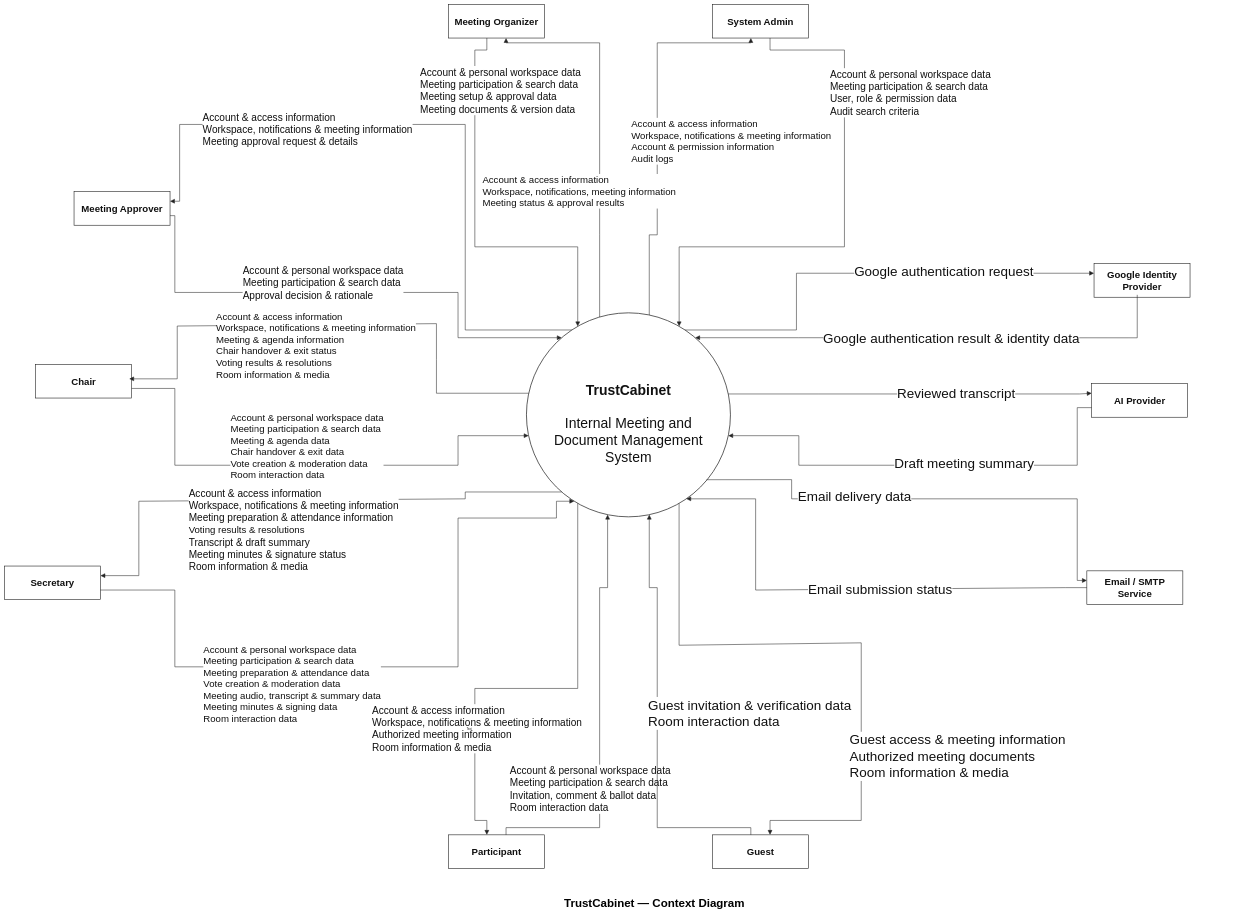
Earlier version of the draw.io diagram docs/11-contextdiagram/trustcabinet-context.drawio (callmehai/FU-FA26-G116). Source tidied: cells renumbered, new cells numbered last; positions are measured from the earlier drawing's top-left corner, leaving out a move shared by most shapes. Both pictures are drawn from the tidied source at 24%, with x=0, y=0 at pixel (4, 4).
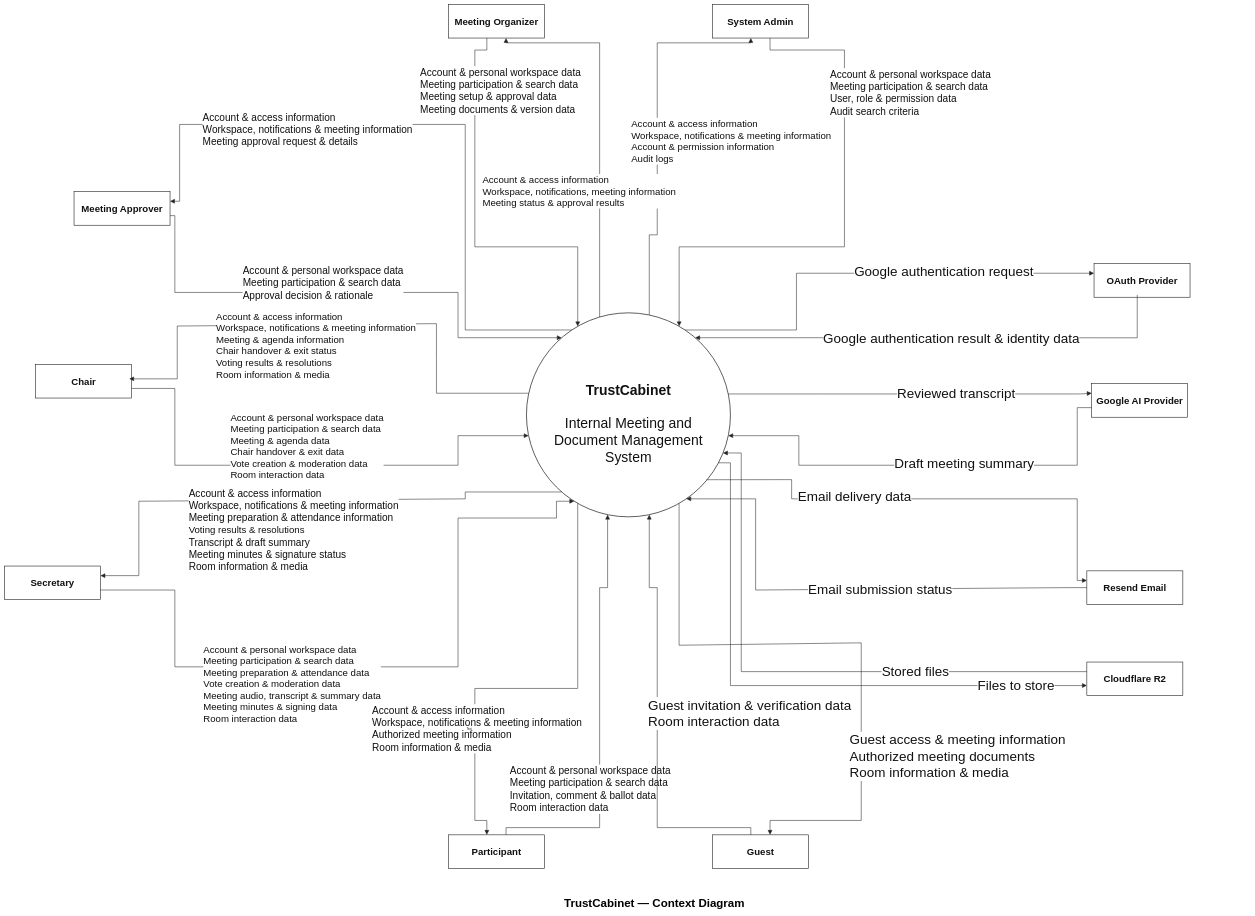
After the change.

Unchanged cells that the change refers to:
```xml
<mxCell id="3" value="&lt;b&gt;&lt;br&gt;TrustCabinet&lt;/b&gt;&lt;br&gt;&lt;br&gt;&lt;div&gt;Internal Meeting and&lt;/div&gt;&lt;div&gt;Document Management&lt;/div&gt;&lt;div&gt;System&lt;/div&gt;" style="ellipse;whiteSpace=wrap;html=1;fillColor=#ffffff;strokeColor=#222222;strokeWidth=3;fontColor=#111111;fontFamily=Arial;fontSize=58;align=center;" parent="1" vertex="1">
  <mxGeometry x="2175" y="1285" width="850" height="850" as="geometry" />
</mxCell>
```

What changed in the source:
```diff
@@
-    <mxCell id="11" value="Google Identity Provider" style="rounded=0;whiteSpace=wrap;html=1;fillColor=#ffffff;strokeColor=#222222;strokeWidth=2.5;fontColor=#111111;fontFamily=Arial;fontSize=40;fontStyle=1;align=center;verticalAlign=middle;spacing=12;" parent="1" vertex="1">
+    <mxCell id="11" value="OAuth Provider" style="rounded=0;whiteSpace=wrap;html=1;fillColor=#ffffff;strokeColor=#222222;strokeWidth=2.5;fontColor=#111111;fontFamily=Arial;fontSize=40;fontStyle=1;align=center;verticalAlign=middle;spacing=12;" parent="1" vertex="1">
       <mxGeometry x="4540" y="1080" width="400" height="140" as="geometry" />
     </mxCell>
-    <mxCell id="12" value="AI Provider" style="rounded=0;whiteSpace=wrap;html=1;fillColor=#ffffff;strokeColor=#222222;strokeWidth=2.5;fontColor=#111111;fontFamily=Arial;fontSize=40;fontStyle=1;align=center;verticalAlign=middle;spacing=12;" parent="1" vertex="1">
+    <mxCell id="12" value="Google AI Provider" style="rounded=0;whiteSpace=wrap;html=1;fillColor=#ffffff;strokeColor=#222222;strokeWidth=2.5;fontColor=#111111;fontFamily=Arial;fontSize=40;fontStyle=1;align=center;verticalAlign=middle;spacing=12;" parent="1" vertex="1">
       <mxGeometry x="4530" y="1580" width="400" height="140" as="geometry" />
     </mxCell>
-    <mxCell id="13" value="Email / SMTP Service" style="rounded=0;whiteSpace=wrap;html=1;fillColor=#ffffff;strokeColor=#222222;strokeWidth=2.5;fontColor=#111111;fontFamily=Arial;fontSize=40;fontStyle=1;align=center;verticalAlign=middle;spacing=12;" parent="1" vertex="1">
+    <mxCell id="13" value="Resend Email" style="rounded=0;whiteSpace=wrap;html=1;fillColor=#ffffff;strokeColor=#222222;strokeWidth=2.5;fontColor=#111111;fontFamily=Arial;fontSize=40;fontStyle=1;align=center;verticalAlign=middle;spacing=12;" parent="1" vertex="1">
       <mxGeometry x="4510" y="2360" width="400" height="140" as="geometry" />
     </mxCell>
@@
+    <mxCell id="48" value="Cloudflare R2" style="rounded=0;whiteSpace=wrap;html=1;fillColor=#ffffff;strokeColor=#222222;strokeWidth=2.5;fontColor=#111111;fontFamily=Arial;fontSize=40;fontStyle=1;align=center;verticalAlign=middle;spacing=12;" parent="1" vertex="1">
+      <mxGeometry x="4510" y="2740" width="400" height="140" as="geometry" />
+    </mxCell>
+    <mxCell id="49" style="edgeStyle=none;rounded=0;jettySize=auto;html=1;endArrow=block;endFill=1;endSize=14;startArrow=none;strokeWidth=2.2;strokeColor=#222222;fontColor=#111111;fontFamily=Arial;fontSize=26;align=left;verticalAlign=middle;labelBackgroundColor=#ffffff;exitX=0.941;exitY=0.735;exitPerimeter=0;exitDx=0;exitDy=0;entryX=0;entryY=0.7;entryDx=0;entryDy=0;" parent="1" edge="1" source="3" target="48">
+      <mxGeometry relative="1" as="geometry">
+        <Array as="points">
+          <mxPoint x="3025" y="1910" />
+          <mxPoint x="3025" y="2838" />
+        </Array>
+      </mxGeometry>
+    </mxCell>
+    <mxCell id="50" value="&lt;span style=&quot;color: rgb(17, 17, 17); font-family: Arial; text-align: left;&quot;&gt;&lt;font style=&quot;font-size: 56px;&quot;&gt;Files to store&lt;/font&gt;&lt;/span&gt;" style="edgeLabel;html=1;align=center;verticalAlign=middle;" parent="49" vertex="1">
+      <mxGeometry x="0.76" relative="1" as="geometry" />
+    </mxCell>
+    <mxCell id="51" style="edgeStyle=none;rounded=0;jettySize=auto;html=1;endArrow=block;endFill=1;endSize=14;startArrow=none;strokeWidth=2.2;strokeColor=#222222;fontColor=#111111;fontFamily=Arial;fontSize=26;align=left;verticalAlign=middle;labelBackgroundColor=#ffffff;exitX=0;exitY=0.2857142857;exitDx=0;exitDy=0;entryX=0.9635;entryY=0.687;entryPerimeter=0;" parent="1" edge="1" source="48" target="3">
+      <mxGeometry relative="1" as="geometry">
+        <Array as="points">
+          <mxPoint x="3070" y="2780" />
+          <mxPoint x="3070" y="1869" />
+        </Array>
+      </mxGeometry>
+    </mxCell>
+    <mxCell id="52" value="&lt;span style=&quot;color: rgb(17, 17, 17); font-family: Arial; text-align: left;&quot;&gt;&lt;font style=&quot;font-size: 56px;&quot;&gt;Stored files&lt;/font&gt;&lt;/span&gt;" style="edgeLabel;html=1;align=center;verticalAlign=middle;" parent="51" vertex="1">
+      <mxGeometry x="-0.41" relative="1" as="geometry" />
+    </mxCell>
```
